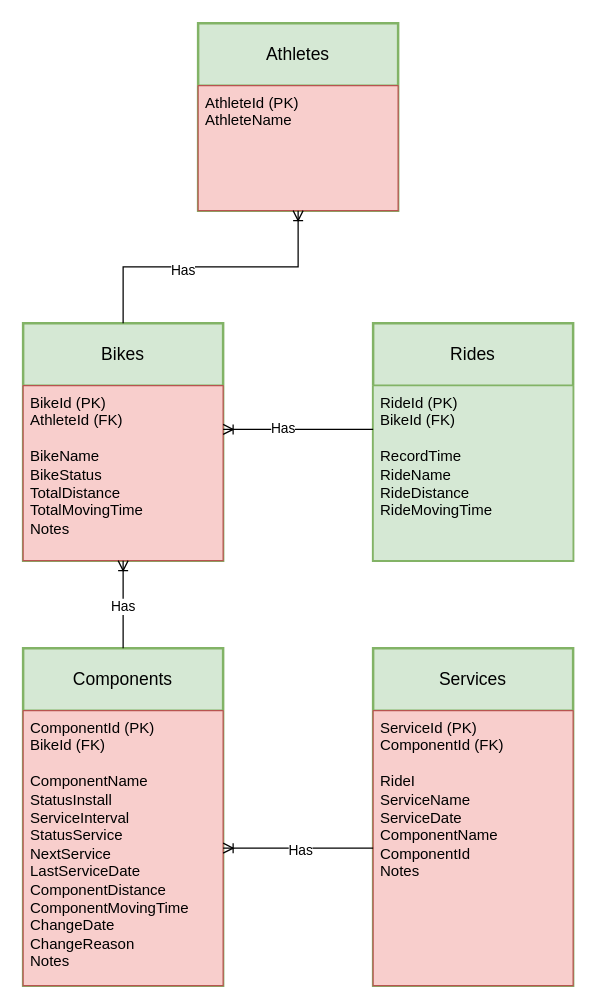
The draw.io diagram docs/erd_complete.drawio in xivind/velo-supervisor-2000, before the edit. Source tidied: cells renumbered, new cells numbered last; positions are measured from the earlier drawing's top-left corner, leaving out a move shared by most shapes. Both pictures are drawn from the tidied source at 125%, with x=0, y=0 at pixel (22, 22).
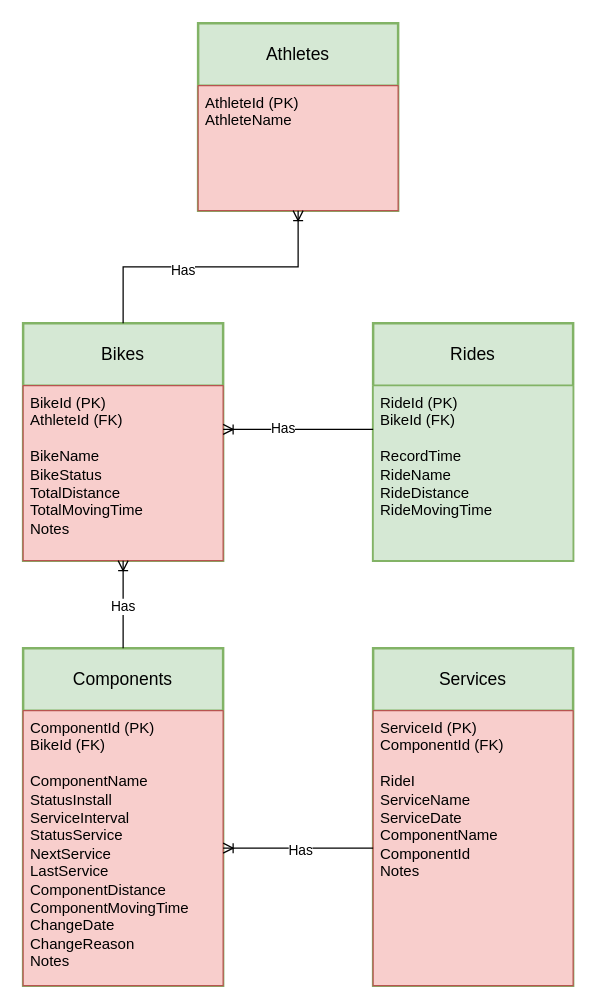
After the change.

Diff of the diagram source:
```diff
@@
 <mxGraphModel>
   <root>
     <mxCell id="0" />
     <mxCell id="1" parent="0" />
     <mxCell id="2" value="A&lt;span style=&quot;background-color: initial;&quot;&gt;thletes&lt;/span&gt;" style="swimlane;horizontal=1;startSize=50;rounded=1;fontSize=14;fontStyle=0;strokeWidth=2;shadow=0;dashed=0;align=center;arcSize=0;whiteSpace=wrap;html=1;fillColor=#d5e8d4;strokeColor=#82b366;" parent="1" vertex="1">
       <mxGeometry x="140" width="160" height="150" as="geometry" />
     </mxCell>
     <mxCell id="3" value="&lt;div&gt;AthleteId (PK)&lt;br&gt;&lt;/div&gt;AthleteName" style="align=left;strokeColor=#b85450;fillColor=#f8cecc;spacingLeft=4;fontSize=12;verticalAlign=top;html=1;" parent="2" vertex="1">
       <mxGeometry y="50" width="160" height="100" as="geometry" />
     </mxCell>
     <mxCell id="4" value="Rides" style="swimlane;horizontal=1;startSize=50;rounded=1;fontSize=14;fontStyle=0;strokeWidth=2;shadow=0;dashed=0;align=center;arcSize=0;whiteSpace=wrap;html=1;fillColor=#d5e8d4;strokeColor=#82b366;" parent="1" vertex="1">
       <mxGeometry x="280" y="240" width="160" height="190" as="geometry" />
     </mxCell>
     <mxCell id="5" value="RideId (PK)&lt;div&gt;BikeId (FK)&lt;br&gt;&lt;/div&gt;&lt;div&gt;&lt;br&gt;&lt;/div&gt;&lt;div&gt;&lt;span style=&quot;background-color: initial;&quot;&gt;RecordTime&lt;/span&gt;&lt;br&gt;&lt;/div&gt;&lt;div&gt;RideName&lt;/div&gt;&lt;div&gt;&lt;span style=&quot;background-color: initial;&quot;&gt;RideDistance&lt;/span&gt;&lt;br&gt;&lt;/div&gt;&lt;div&gt;RideMovingTime&lt;br&gt;&lt;br&gt;&lt;/div&gt;" style="align=left;strokeColor=#82b366;fillColor=#d5e8d4;spacingLeft=4;fontSize=12;verticalAlign=top;html=1;" parent="4" vertex="1">
       <mxGeometry y="50" width="160" height="140" as="geometry" />
     </mxCell>
     <mxCell id="6" value="Bikes" style="swimlane;horizontal=1;startSize=50;rounded=1;fontSize=14;fontStyle=0;strokeWidth=2;shadow=0;dashed=0;align=center;arcSize=0;whiteSpace=wrap;html=1;fillColor=#d5e8d4;strokeColor=#82b366;" parent="1" vertex="1">
       <mxGeometry y="240" width="160" height="190" as="geometry" />
     </mxCell>
     <mxCell id="7" value="BikeId (PK)&lt;div&gt;AthleteId (FK)&lt;/div&gt;&lt;div&gt;&lt;br&gt;&lt;/div&gt;&lt;div&gt;BikeName&lt;/div&gt;&lt;div&gt;BikeStatus&lt;br&gt;&lt;div&gt;TotalDistance&lt;/div&gt;&lt;div&gt;TotalMovingTime&lt;/div&gt;&lt;div&gt;Notes&lt;/div&gt;&lt;/div&gt;" style="align=left;strokeColor=#b85450;fillColor=#f8cecc;spacingLeft=4;fontSize=12;verticalAlign=top;html=1;" parent="6" vertex="1">
       <mxGeometry y="50" width="160" height="140" as="geometry" />
     </mxCell>
     <mxCell id="8" value="Components" style="swimlane;horizontal=1;startSize=50;rounded=1;fontSize=14;fontStyle=0;strokeWidth=2;shadow=0;dashed=0;align=center;arcSize=0;whiteSpace=wrap;html=1;fillColor=#d5e8d4;strokeColor=#82b366;" parent="1" vertex="1">
       <mxGeometry y="500" width="160" height="270" as="geometry" />
     </mxCell>
-    <mxCell id="9" value="&lt;div&gt;ComponentId (PK)&lt;/div&gt;&lt;div&gt;BikeId (FK)&lt;/div&gt;&lt;div&gt;&lt;br&gt;&lt;/div&gt;ComponentName&lt;div&gt;StatusInstall&lt;/div&gt;&lt;div&gt;ServiceInterval&lt;/div&gt;&lt;div&gt;StatusService&lt;/div&gt;&lt;div&gt;NextService&lt;/div&gt;&lt;div&gt;LastServiceDate&lt;/div&gt;&lt;div&gt;&lt;span style=&quot;background-color: initial;&quot;&gt;ComponentDistance&lt;/span&gt;&lt;/div&gt;&lt;div&gt;&lt;span style=&quot;background-color: initial;&quot;&gt;ComponentMovingTime&lt;/span&gt;&lt;/div&gt;&lt;div&gt;Change&lt;span style=&quot;background-color: initial;&quot;&gt;Date&lt;/span&gt;&lt;/div&gt;&lt;div&gt;ChangeReason&lt;/div&gt;&lt;div&gt;Notes&lt;/div&gt;" style="align=left;strokeColor=#b85450;fillColor=#f8cecc;spacingLeft=4;fontSize=12;verticalAlign=top;html=1;" parent="8" vertex="1">
+    <mxCell id="9" value="&lt;div&gt;ComponentId (PK)&lt;/div&gt;&lt;div&gt;BikeId (FK)&lt;/div&gt;&lt;div&gt;&lt;br&gt;&lt;/div&gt;ComponentName&lt;div&gt;StatusInstall&lt;/div&gt;&lt;div&gt;ServiceInterval&lt;/div&gt;&lt;div&gt;StatusService&lt;/div&gt;&lt;div&gt;NextService&lt;/div&gt;&lt;div&gt;LastService&lt;/div&gt;&lt;div&gt;&lt;span style=&quot;background-color: initial;&quot;&gt;ComponentDistance&lt;/span&gt;&lt;/div&gt;&lt;div&gt;&lt;span style=&quot;background-color: initial;&quot;&gt;ComponentMovingTime&lt;/span&gt;&lt;/div&gt;&lt;div&gt;Change&lt;span style=&quot;background-color: initial;&quot;&gt;Date&lt;/span&gt;&lt;/div&gt;&lt;div&gt;ChangeReason&lt;/div&gt;&lt;div&gt;Notes&lt;/div&gt;" style="align=left;strokeColor=#b85450;fillColor=#f8cecc;spacingLeft=4;fontSize=12;verticalAlign=top;html=1;" parent="8" vertex="1">
       <mxGeometry y="50" width="160" height="220" as="geometry" />
     </mxCell>
     <mxCell id="10" value="Services" style="swimlane;horizontal=1;startSize=50;rounded=1;fontSize=14;fontStyle=0;strokeWidth=2;shadow=0;dashed=0;align=center;arcSize=0;whiteSpace=wrap;html=1;fillColor=#d5e8d4;strokeColor=#82b366;" parent="1" vertex="1">
       <mxGeometry x="280" y="500" width="160" height="270" as="geometry" />
     </mxCell>
     <mxCell id="11" value="&lt;div&gt;ServiceId (PK)&lt;/div&gt;&lt;div&gt;ComponentId (FK)&lt;/div&gt;&lt;div&gt;&lt;br&gt;&lt;/div&gt;&lt;div&gt;RideI&lt;/div&gt;&lt;div&gt;ServiceName&lt;/div&gt;ServiceDate&lt;div&gt;ComponentName&lt;/div&gt;&lt;div&gt;ComponentId&lt;/div&gt;&lt;div&gt;Notes&lt;/div&gt;" style="align=left;strokeColor=#b85450;fillColor=#f8cecc;spacingLeft=4;fontSize=12;verticalAlign=top;html=1;" parent="10" vertex="1">
       <mxGeometry y="50" width="160" height="220" as="geometry" />
     </mxCell>
     <mxCell id="12" style="fontSize=12;html=1;endArrow=ERoneToMany;rounded=0;entryX=1;entryY=0.25;entryDx=0;entryDy=0;exitX=0;exitY=0.25;exitDx=0;exitDy=0;" parent="1" edge="1" source="5" target="7">
       <mxGeometry relative="1" as="geometry" />
     </mxCell>
     <mxCell id="13" value="Has" style="edgeLabel;html=1;align=center;verticalAlign=middle;" parent="12" vertex="1">
       <mxGeometry x="0.22" y="-2" relative="1" as="geometry" />
     </mxCell>
     <mxCell id="14" style="fontSize=12;html=1;endArrow=ERoneToMany;rounded=0;entryX=0.5;entryY=1;entryDx=0;entryDy=0;edgeStyle=orthogonalEdgeStyle;" parent="1" edge="1" source="6" target="3">
       <mxGeometry relative="1" as="geometry" />
     </mxCell>
     <mxCell id="15" value="Has" style="edgeLabel;html=1;align=center;verticalAlign=middle;" parent="14" vertex="1">
       <mxGeometry x="-0.2" y="-2" relative="1" as="geometry" />
     </mxCell>
     <mxCell id="16" style="fontSize=12;html=1;endArrow=ERoneToMany;rounded=0;entryX=0.5;entryY=1;entryDx=0;entryDy=0;exitX=0.5;exitY=0;exitDx=0;exitDy=0;" parent="1" edge="1" source="8" target="7">
       <mxGeometry relative="1" as="geometry" />
     </mxCell>
     <mxCell id="17" value="Has" style="edgeLabel;html=1;align=center;verticalAlign=middle;" parent="16" vertex="1">
       <mxGeometry x="-0.02" y="1" relative="1" as="geometry" />
     </mxCell>
     <mxCell id="18" style="fontSize=12;html=1;endArrow=ERoneToMany;rounded=0;exitX=0;exitY=0.5;exitDx=0;exitDy=0;entryX=1;entryY=0.5;entryDx=0;entryDy=0;" parent="1" edge="1" source="11" target="9">
       <mxGeometry relative="1" as="geometry" />
     </mxCell>
     <mxCell id="19" value="Has" style="edgeLabel;html=1;align=center;verticalAlign=middle;" parent="18" vertex="1">
       <mxGeometry x="-0.02" y="1" relative="1" as="geometry" />
     </mxCell>
   </root>
 </mxGraphModel>
```
